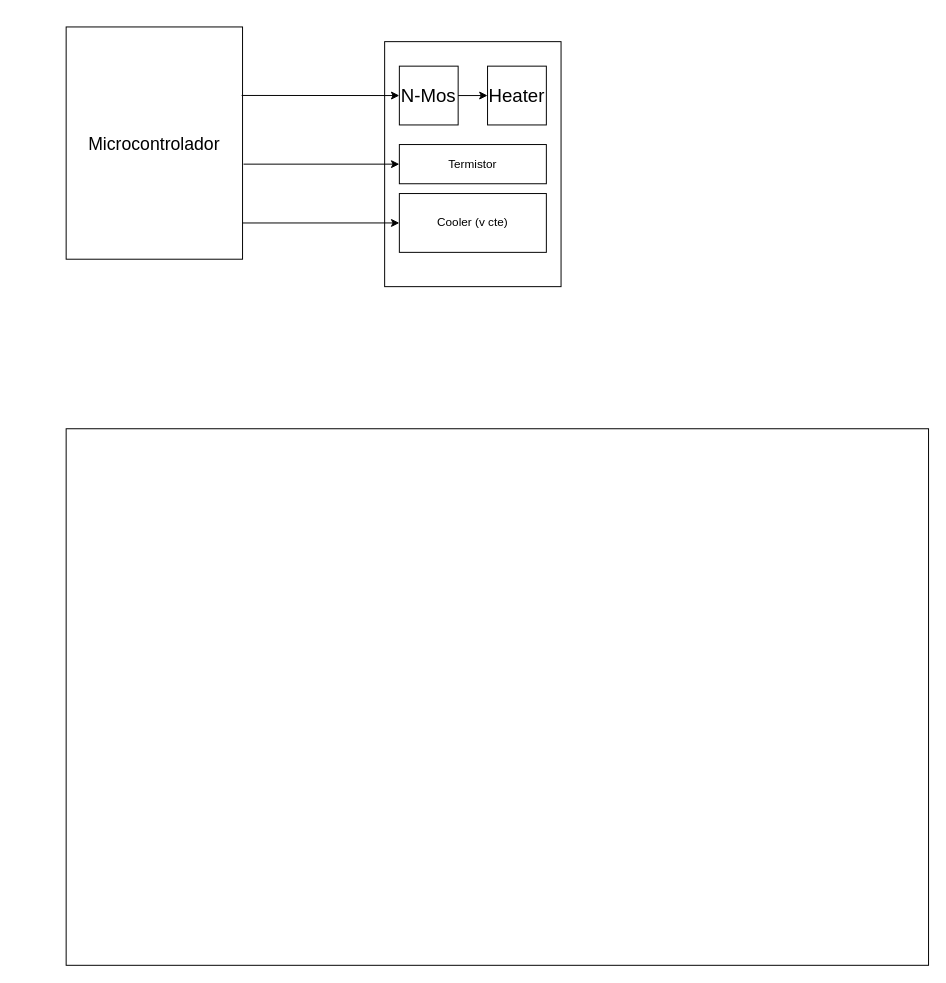
Before: page "Page-1" (1 of 3) of template.drawio in jmoro1/EDIII, a draw.io diagram. Source tidied: cells renumbered, new cells numbered last; positions are measured from the earlier drawing's top-left corner, leaving out a move shared by most shapes. Both pictures are drawn from the tidied source at 98%, with x=0, y=0 at pixel (66, 26).
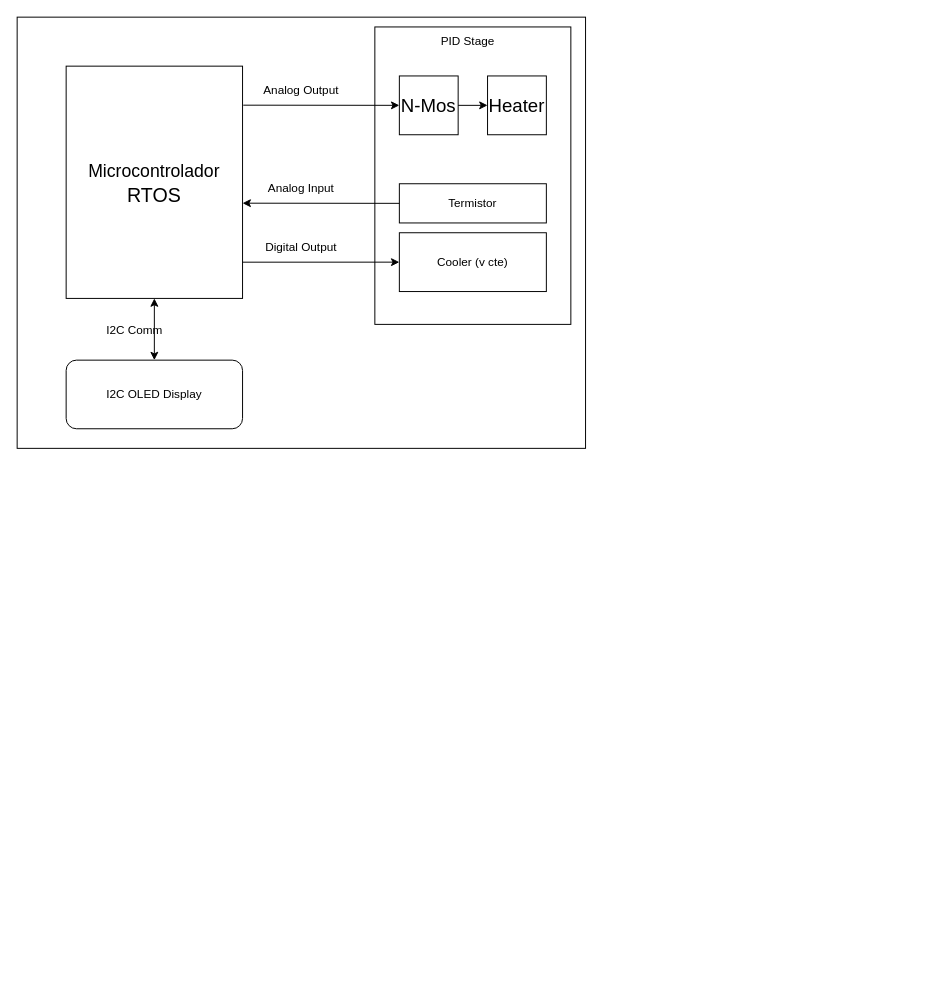
After the change.

What changed in the source:
```diff
@@
 <mxGraphModel>
   <root>
     <mxCell id="0" />
     <mxCell id="1" parent="0" />
+    <mxCell id="3" style="rounded=0;whiteSpace=wrap;html=1;" parent="1" vertex="1">
+      <mxGeometry x="-50" y="-10" width="580" height="440" as="geometry" />
+    </mxCell>
     <mxCell id="2" style="rounded=0;whiteSpace=wrap;html=1;" parent="1" vertex="1">
-      <mxGeometry x="325" y="15" width="180" height="250" as="geometry" />
+      <mxGeometry x="315" width="200" height="303.5" as="geometry" />
     </mxCell>
-    <mxCell id="3" style="rounded=0;whiteSpace=wrap;html=1;" parent="1" vertex="1">
-      <mxGeometry y="410" width="880" height="547.5" as="geometry" />
-    </mxCell>
-    <mxCell id="4" value="&lt;font style=&quot;font-size: 18px;&quot;&gt;Microcontrolador&lt;/font&gt;" style="rounded=0;whiteSpace=wrap;html=1;direction=south;fontSize=20;" parent="1" vertex="1">
-      <mxGeometry width="180" height="237" as="geometry" />
+    <mxCell id="4" value="&lt;font style=&quot;font-size: 18px;&quot;&gt;Microcontrolador&lt;/font&gt;&lt;br&gt;RTOS" style="rounded=0;whiteSpace=wrap;html=1;direction=south;fontSize=20;" parent="1" vertex="1">
+      <mxGeometry y="40" width="180" height="237" as="geometry" />
     </mxCell>
     <mxCell id="5" value="&lt;font style=&quot;font-size: 19px;&quot;&gt;N-Mos&lt;/font&gt;" style="whiteSpace=wrap;html=1;fontSize=20;" parent="1" vertex="1">
-      <mxGeometry x="340" y="40" width="60" height="60" as="geometry" />
+      <mxGeometry x="340" y="50" width="60" height="60" as="geometry" />
     </mxCell>
     <mxCell id="6" value="&lt;font style=&quot;font-size: 19px;&quot;&gt;Heater&lt;/font&gt;" style="whiteSpace=wrap;html=1;fontSize=20;" parent="1" vertex="1">
-      <mxGeometry x="430" y="40" width="60" height="60" as="geometry" />
+      <mxGeometry x="430" y="50" width="60" height="60" as="geometry" />
     </mxCell>
     <mxCell id="7" value="&lt;div&gt;Cooler (v cte)&lt;br&gt;&lt;/div&gt;" style="rounded=0;whiteSpace=wrap;html=1;" parent="1" vertex="1">
-      <mxGeometry x="340" y="170" width="150" height="60" as="geometry" />
+      <mxGeometry x="340" y="210" width="150" height="60" as="geometry" />
     </mxCell>
     <mxCell id="8" value="Termistor" style="rounded=0;whiteSpace=wrap;html=1;" parent="1" vertex="1">
-      <mxGeometry x="340" y="120" width="150" height="40" as="geometry" />
+      <mxGeometry x="340" y="160" width="150" height="40" as="geometry" />
     </mxCell>
     <mxCell id="9" style="endArrow=classic;html=1;rounded=0;entryX=0;entryY=0.5;entryDx=0;entryDy=0;exitX=0.844;exitY=0;exitDx=0;exitDy=0;exitPerimeter=0;" parent="1" edge="1" source="4" target="7">
       <mxGeometry relative="1" as="geometry" />
     </mxCell>
-    <mxCell id="10" style="endArrow=classic;html=1;rounded=0;entryX=0;entryY=0.5;entryDx=0;entryDy=0;" parent="1" edge="1" target="8">
-      <mxGeometry relative="1" as="geometry">
-        <mxPoint x="181" y="140" as="sourcePoint" />
-      </mxGeometry>
-    </mxCell>
-    <mxCell id="11" style="endArrow=classic;html=1;rounded=0;entryX=0;entryY=0.5;entryDx=0;entryDy=0;exitX=0.295;exitY=0.005;exitDx=0;exitDy=0;exitPerimeter=0;" parent="1" edge="1" source="4" target="5">
+    <mxCell id="11" style="endArrow=classic;html=1;rounded=0;entryX=0;entryY=0.5;entryDx=0;entryDy=0;exitX=0.168;exitY=-0.004;exitDx=0;exitDy=0;exitPerimeter=0;" parent="1" edge="1" source="4" target="5">
       <mxGeometry relative="1" as="geometry" />
     </mxCell>
     <mxCell id="12" style="endArrow=classic;html=1;rounded=0;entryX=0;entryY=0.5;entryDx=0;entryDy=0;exitX=1;exitY=0.5;exitDx=0;exitDy=0;" parent="1" edge="1" source="5" target="6">
       <mxGeometry relative="1" as="geometry" />
     </mxCell>
+    <mxCell id="13" value="PID Stage" style="text;html=1;align=center;verticalAlign=middle;whiteSpace=wrap;rounded=0;" parent="1" vertex="1">
+      <mxGeometry x="380" width="60" height="30" as="geometry" />
+    </mxCell>
+    <mxCell id="14" value="I2C OLED Display" style="rounded=1;whiteSpace=wrap;html=1;" parent="1" vertex="1">
+      <mxGeometry y="340" width="180" height="70" as="geometry" />
+    </mxCell>
+    <mxCell id="15" style="endArrow=classic;startArrow=classic;html=1;rounded=0;entryX=1;entryY=0.5;entryDx=0;entryDy=0;exitX=0.5;exitY=0;exitDx=0;exitDy=0;" parent="1" edge="1" source="14" target="4">
+      <mxGeometry relative="1" as="geometry" />
+    </mxCell>
+    <mxCell id="16" style="endArrow=classic;html=1;rounded=0;entryX=0.59;entryY=0;entryDx=0;entryDy=0;entryPerimeter=0;exitX=0;exitY=0.5;exitDx=0;exitDy=0;" parent="1" edge="1" source="8" target="4">
+      <mxGeometry relative="1" as="geometry" />
+    </mxCell>
+    <mxCell id="17" value="Analog Output" style="text;html=1;align=center;verticalAlign=middle;whiteSpace=wrap;rounded=0;" parent="1" vertex="1">
+      <mxGeometry x="190" y="50" width="100" height="30" as="geometry" />
+    </mxCell>
+    <mxCell id="18" value="Analog Input" style="text;html=1;align=center;verticalAlign=middle;whiteSpace=wrap;rounded=0;" parent="1" vertex="1">
+      <mxGeometry x="190" y="150" width="100" height="30" as="geometry" />
+    </mxCell>
+    <mxCell id="19" value="Digital Output" style="text;html=1;align=center;verticalAlign=middle;whiteSpace=wrap;rounded=0;" parent="1" vertex="1">
+      <mxGeometry x="190" y="210" width="100" height="30" as="geometry" />
+    </mxCell>
+    <mxCell id="20" value="I2C Comm" style="text;html=1;align=center;verticalAlign=middle;whiteSpace=wrap;rounded=0;" parent="1" vertex="1">
+      <mxGeometry x="40" y="290" width="60" height="40" as="geometry" />
+    </mxCell>
   </root>
 </mxGraphModel>
```
